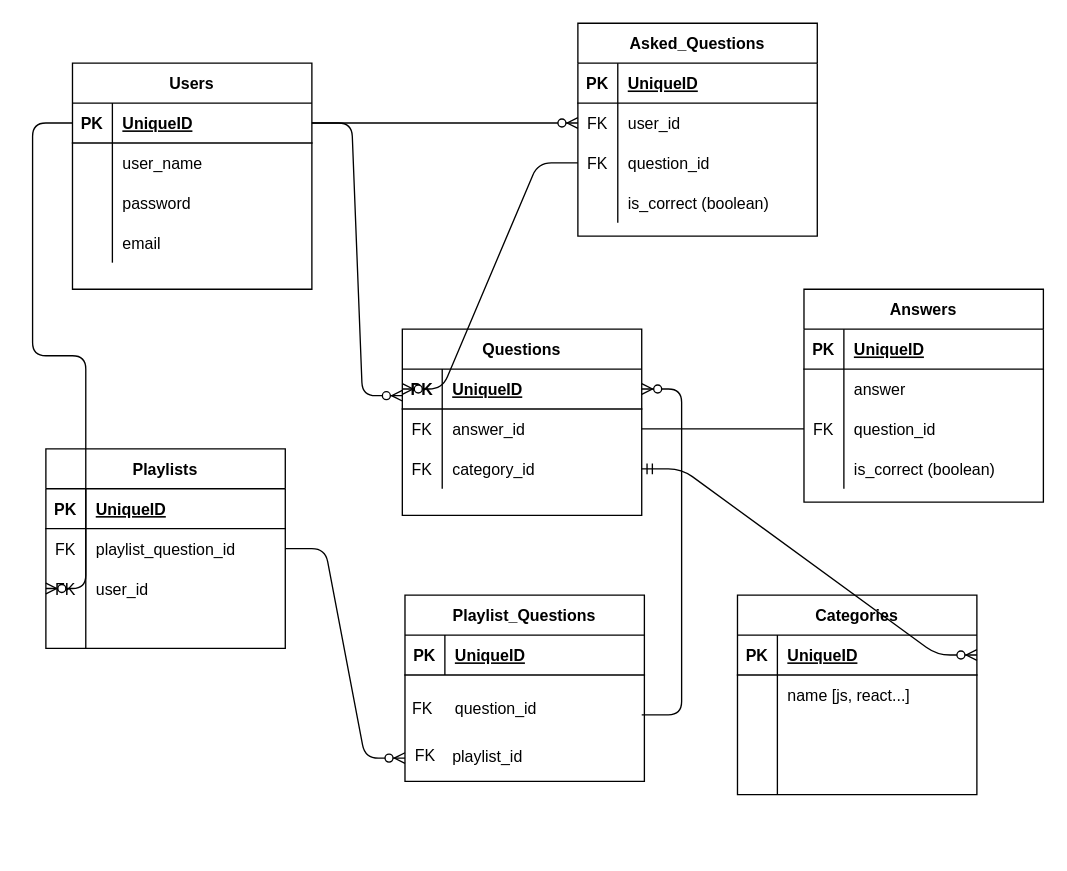
This is project_planning/Untitled Diagram.drawio from TomFream/LHL-Finals-Project, a draw.io file, before an edit. Source tidied: cells renumbered, new cells numbered last; positions are measured from the earlier drawing's top-left corner, leaving out a move shared by most shapes. Both pictures are drawn from the tidied source at 133%, with x=0, y=0 at pixel (45, 23).
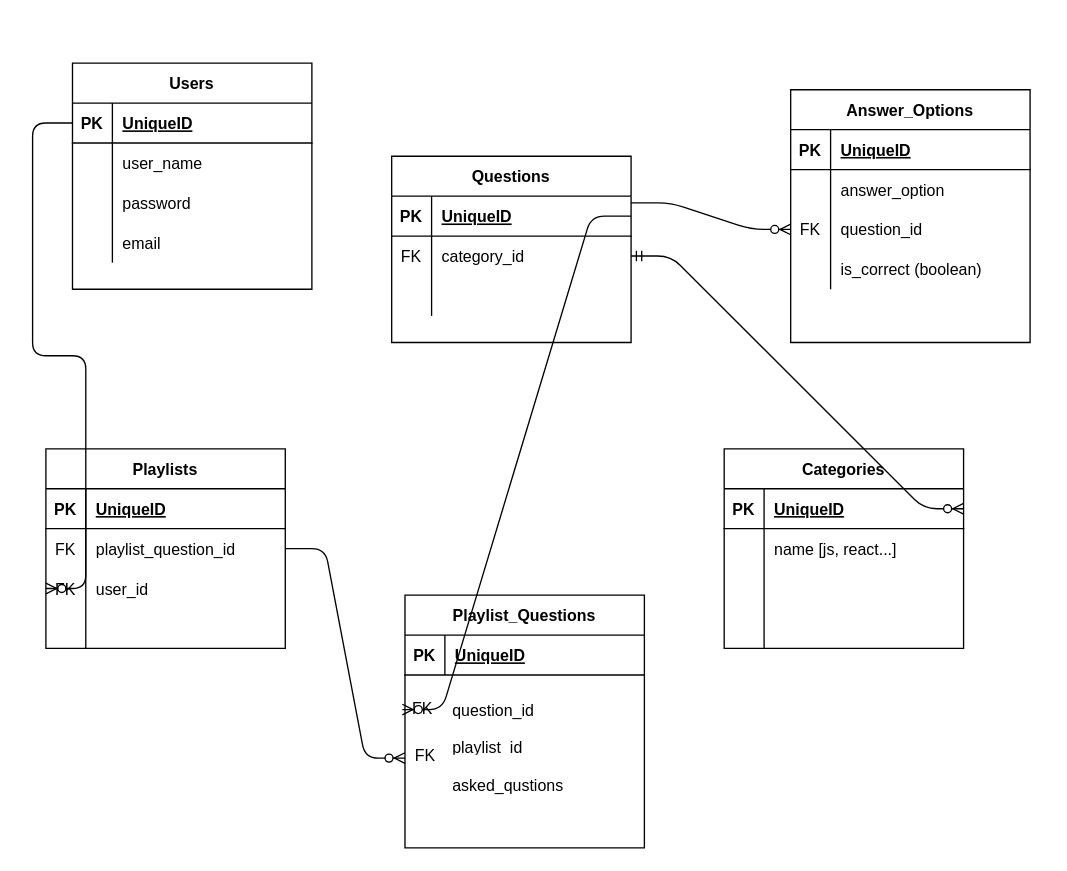
After the change.

Commit message:
updated ERD per meeting on Jun 6

The change refers to these unchanged cells:
```xml
<mxCell id="3" style="shape=partialRectangle;fillColor=none;top=0;left=0;bottom=1;right=0;points=[[0,0.5],[1,0.5]];portConstraint=eastwest;" parent="2" vertex="1">
  <mxGeometry y="30" width="180" height="30" as="geometry" />
</mxCell>
<mxCell id="16" style="shape=partialRectangle;fillColor=none;top=0;left=0;bottom=1;right=0;points=[[0,0.5],[1,0.5]];portConstraint=eastwest;" parent="15" vertex="1">
  <mxGeometry y="30" width="180" height="30" as="geometry" />
</mxCell>
<mxCell id="19" style="shape=partialRectangle;fillColor=none;top=0;left=0;bottom=0;right=0;points=[[0,0.5],[1,0.5]];portConstraint=eastwest;" parent="15" vertex="1">
  <mxGeometry y="60" width="180" height="30" as="geometry" />
</mxCell>
<mxCell id="22" style="shape=partialRectangle;fillColor=none;top=0;left=0;bottom=0;right=0;points=[[0,0.5],[1,0.5]];portConstraint=eastwest;" parent="15" vertex="1">
  <mxGeometry y="90" width="180" height="30" as="geometry" />
</mxCell>
<mxCell id="40" style="shape=partialRectangle;fillColor=none;top=0;left=0;bottom=1;right=0;points=[[0,0.5],[1,0.5]];portConstraint=eastwest;" parent="39" vertex="1">
  <mxGeometry y="30" width="180" height="30" as="geometry" />
</mxCell>
<mxCell id="62" style="shape=partialRectangle;fillColor=none;top=0;left=0;bottom=0;right=0;" parent="58" vertex="1">
  <mxGeometry y="60" width="180" height="30" as="geometry" />
</mxCell>
<mxCell id="65" style="shape=partialRectangle;fillColor=none;top=0;left=0;bottom=0;right=0;points=[[0,0.5],[1,0.5]];portConstraint=eastwest;" parent="58" vertex="1">
  <mxGeometry y="90" width="180" height="30" as="geometry" />
</mxCell>
<mxCell id="87" value="FK" style="text;html=1;align=center;verticalAlign=middle;points=[];" parent="1" vertex="1">
  <mxGeometry x="268" y="506" width="30" height="20" as="geometry" />
</mxCell>
```

The edit, as a diff of the source:
```diff
@@
     <mxCell id="15" value="Questions" style="shape=table;startSize=30;childLayout=tableLayout;rowLines=0;fontStyle=1;align=center;" parent="1" vertex="1">
-      <mxGeometry x="268" y="230" width="180" height="140" as="geometry" />
+      <mxGeometry x="260" y="100" width="180" height="140" as="geometry" />
     </mxCell>
@@
-    <mxCell id="21" value="answer_id" style="shape=partialRectangle;fillColor=none;top=0;left=0;bottom=0;right=0;align=left;spacingLeft=6;overflow=hidden;" parent="19" vertex="1">
+    <mxCell id="21" value="category_id" style="shape=partialRectangle;fillColor=none;top=0;left=0;bottom=0;right=0;align=left;spacingLeft=6;overflow=hidden;" parent="19" vertex="1">
       <mxGeometry x="30" width="150" height="30" as="geometry" />
     </mxCell>
@@
-    <mxCell id="23" value="FK" style="shape=partialRectangle;fillColor=none;top=0;left=0;bottom=0;right=0;overflow=hidden;" parent="22" vertex="1">
+    <mxCell id="23" style="shape=partialRectangle;fillColor=none;top=0;left=0;bottom=0;right=0;overflow=hidden;" parent="22" vertex="1">
       <mxGeometry width="30" height="30" as="geometry" />
     </mxCell>
-    <mxCell id="24" value="category_id" style="shape=partialRectangle;fillColor=none;top=0;left=0;bottom=0;right=0;align=left;spacingLeft=6;overflow=hidden;" parent="22" vertex="1">
+    <mxCell id="24" style="shape=partialRectangle;fillColor=none;top=0;left=0;bottom=0;right=0;align=left;spacingLeft=6;overflow=hidden;" parent="22" vertex="1">
       <mxGeometry x="30" width="150" height="30" as="geometry" />
     </mxCell>
@@
     <mxCell id="39" value="Categories" style="shape=table;startSize=30;childLayout=tableLayout;rowLines=0;fontStyle=1;align=center;" parent="1" vertex="1">
-      <mxGeometry x="520" y="430" width="180" height="150" as="geometry" />
+      <mxGeometry x="510" y="320" width="180" height="150" as="geometry" />
     </mxCell>
@@
-    <mxCell id="52" style="edgeStyle=entityRelationEdgeStyle;fontSize=12;html=1;endArrow=ERzeroToMany;endFill=1;exitX=1;exitY=0.5;exitDx=0;exitDy=0;entryX=0;entryY=0.667;entryDx=0;entryDy=0;entryPerimeter=0;" parent="1" edge="1" source="3" target="16">
-      <mxGeometry relative="1" as="geometry" />
-    </mxCell>
-    <mxCell id="53" style="edgeStyle=entityRelationEdgeStyle;fontSize=12;html=1;endArrow=ERzeroToMany;startArrow=ERmandOne;entryX=1;entryY=0.5;entryDx=0;entryDy=0;exitX=1;exitY=0.5;exitDx=0;exitDy=0;" parent="1" edge="1" source="22" target="40">
+    <mxCell id="53" style="edgeStyle=entityRelationEdgeStyle;fontSize=12;html=1;endArrow=ERzeroToMany;startArrow=ERmandOne;entryX=1;entryY=0.5;entryDx=0;entryDy=0;exitX=1;exitY=0.5;exitDx=0;exitDy=0;" parent="1" edge="1" source="19" target="40">
       <mxGeometry relative="1" as="geometry" />
     </mxCell>
     <mxCell id="54" value="Playlist_Questions" style="shape=table;startSize=30;childLayout=tableLayout;rowLines=0;fontStyle=1;align=center;" parent="1" vertex="1">
-      <mxGeometry x="270" y="430" width="180" height="140" as="geometry" />
+      <mxGeometry x="270" y="430" width="180" height="190" as="geometry" />
     </mxCell>
@@
-    <mxCell id="58" value="Answers" style="shape=table;startSize=30;childLayout=tableLayout;rowLines=0;fontStyle=1;align=center;" parent="1" vertex="1">
-      <mxGeometry x="570" y="200" width="180" height="160" as="geometry" />
+    <mxCell id="58" value="Answer_Options" style="shape=table;startSize=30;childLayout=tableLayout;rowLines=0;fontStyle=1;align=center;" parent="1" vertex="1">
+      <mxGeometry x="560" y="50" width="180" height="190" as="geometry" />
     </mxCell>
@@
-    <mxCell id="64" value="answer" style="shape=partialRectangle;fillColor=none;top=0;left=0;bottom=0;right=0;align=left;spacingLeft=6;overflow=hidden;" parent="62" vertex="1">
+    <mxCell id="64" value="answer_option" style="shape=partialRectangle;fillColor=none;top=0;left=0;bottom=0;right=0;align=left;spacingLeft=6;overflow=hidden;" parent="62" vertex="1">
       <mxGeometry x="30" width="150" height="30" as="geometry" />
     </mxCell>
@@
-    <mxCell id="71" value="Asked_Questions" style="shape=table;startSize=30;childLayout=tableLayout;rowLines=0;fontStyle=1;align=center;" parent="1" vertex="1">
-      <mxGeometry x="400" width="180" height="160" as="geometry" />
-    </mxCell>
-    <mxCell id="72" style="shape=partialRectangle;fillColor=none;top=0;left=0;bottom=1;right=0;" parent="71" vertex="1">
-      <mxGeometry y="30" width="180" height="30" as="geometry" />
-    </mxCell>
-    <mxCell id="73" value="PK" style="shape=partialRectangle;fillColor=none;top=0;left=0;bottom=0;right=0;fontStyle=1;overflow=hidden;" parent="72" vertex="1">
-      <mxGeometry width="30" height="30" as="geometry" />
-    </mxCell>
-    <mxCell id="74" value="UniqueID" style="shape=partialRectangle;fillColor=none;top=0;left=0;bottom=0;right=0;align=left;spacingLeft=6;fontStyle=5;overflow=hidden;" parent="72" vertex="1">
-      <mxGeometry x="30" width="150" height="30" as="geometry" />
-    </mxCell>
-    <mxCell id="75" style="shape=partialRectangle;fillColor=none;top=0;left=0;bottom=0;right=0;points=[[0,0.5],[1,0.5]];portConstraint=eastwest;" parent="71" vertex="1">
-      <mxGeometry y="60" width="180" height="30" as="geometry" />
-    </mxCell>
-    <mxCell id="76" value="FK" style="shape=partialRectangle;fillColor=none;top=0;left=0;bottom=0;right=0;overflow=hidden;" parent="75" vertex="1">
-      <mxGeometry width="30" height="30" as="geometry" />
-    </mxCell>
-    <mxCell id="77" value="user_id" style="shape=partialRectangle;fillColor=none;top=0;left=0;bottom=0;right=0;align=left;spacingLeft=6;overflow=hidden;" parent="75" vertex="1">
-      <mxGeometry x="30" width="150" height="30" as="geometry" />
-    </mxCell>
-    <mxCell id="78" style="shape=partialRectangle;fillColor=none;top=0;left=0;bottom=0;right=0;points=[[0,0.5],[1,0.5]];portConstraint=eastwest;" parent="71" vertex="1">
-      <mxGeometry y="90" width="180" height="30" as="geometry" />
-    </mxCell>
-    <mxCell id="79" value="FK" style="shape=partialRectangle;fillColor=none;top=0;left=0;bottom=0;right=0;overflow=hidden;" parent="78" vertex="1">
-      <mxGeometry width="30" height="30" as="geometry" />
-    </mxCell>
-    <mxCell id="80" value="question_id" style="shape=partialRectangle;fillColor=none;top=0;left=0;bottom=0;right=0;align=left;spacingLeft=6;overflow=hidden;" parent="78" vertex="1">
-      <mxGeometry x="30" width="150" height="30" as="geometry" />
-    </mxCell>
-    <mxCell id="81" style="shape=partialRectangle;fillColor=none;top=0;left=0;bottom=0;right=0;" parent="71" vertex="1">
-      <mxGeometry y="120" width="180" height="30" as="geometry" />
-    </mxCell>
-    <mxCell id="82" style="shape=partialRectangle;fillColor=none;top=0;left=0;bottom=0;right=0;overflow=hidden;" parent="81" vertex="1">
-      <mxGeometry width="30" height="30" as="geometry" />
-    </mxCell>
-    <mxCell id="83" value="is_correct (boolean)" style="shape=partialRectangle;fillColor=none;top=0;left=0;bottom=0;right=0;align=left;spacingLeft=6;overflow=hidden;" parent="81" vertex="1">
-      <mxGeometry x="30" width="150" height="30" as="geometry" />
-    </mxCell>
@@
     <mxCell id="85" value="question_id" style="shape=partialRectangle;fillColor=none;top=0;left=0;bottom=0;right=0;align=left;spacingLeft=6;overflow=hidden;" parent="1" vertex="1">
-      <mxGeometry x="300" y="500" width="150" height="30" as="geometry" />
+      <mxGeometry x="298" y="501" width="150" height="30" as="geometry" />
     </mxCell>
     <mxCell id="86" value="playlist_id" style="shape=partialRectangle;fillColor=none;top=0;left=0;bottom=0;right=0;align=left;spacingLeft=6;overflow=hidden;" parent="1" vertex="1">
-      <mxGeometry x="298" y="536" width="150" height="30" as="geometry" />
+      <mxGeometry x="298" y="536" width="150" height="14" as="geometry" />
     </mxCell>
@@
-    <mxCell id="89" style="edgeStyle=entityRelationEdgeStyle;fontSize=12;html=1;endArrow=ERzeroToMany;endFill=1;entryX=0;entryY=0.5;entryDx=0;entryDy=0;exitX=1;exitY=0.5;exitDx=0;exitDy=0;" parent="1" edge="1" source="3" target="75">
-      <mxGeometry relative="1" as="geometry" />
-    </mxCell>
-    <mxCell id="90" style="edgeStyle=entityRelationEdgeStyle;fontSize=12;html=1;endArrow=ERzeroToMany;endFill=1;exitX=0;exitY=0.5;exitDx=0;exitDy=0;entryX=0;entryY=0.5;entryDx=0;entryDy=0;" parent="1" edge="1" source="78" target="16">
-      <mxGeometry relative="1" as="geometry" />
-    </mxCell>
-    <mxCell id="91" style="endArrow=none;html=1;exitX=0;exitY=0.5;exitDx=0;exitDy=0;entryX=1;entryY=0.5;entryDx=0;entryDy=0;" parent="1" edge="1" source="65" target="19">
-      <mxGeometry relative="1" as="geometry" />
-    </mxCell>
@@
-    <mxCell id="93" style="edgeStyle=entityRelationEdgeStyle;fontSize=12;html=1;endArrow=ERzeroToMany;endFill=1;" parent="1" edge="1" target="16">
-      <mxGeometry relative="1" as="geometry">
-        <mxPoint x="448" y="520" as="sourcePoint" />
-      </mxGeometry>
-    </mxCell>
+    <mxCell id="94" value="asked_qustions" style="shape=partialRectangle;fillColor=none;top=0;left=0;bottom=0;right=0;align=left;spacingLeft=6;overflow=hidden;" parent="1" vertex="1">
+      <mxGeometry x="298" y="561" width="150" height="24" as="geometry" />
+    </mxCell>
+    <mxCell id="95" style="edgeStyle=entityRelationEdgeStyle;fontSize=12;html=1;endArrow=ERzeroToMany;endFill=1;exitX=1;exitY=0.5;exitDx=0;exitDy=0;entryX=0;entryY=0.5;entryDx=0;entryDy=0;entryPerimeter=0;" parent="1" edge="1" source="16" target="87">
+      <mxGeometry relative="1" as="geometry" />
+    </mxCell>
+    <mxCell id="96" style="edgeStyle=entityRelationEdgeStyle;fontSize=12;html=1;endArrow=ERzeroToMany;endFill=1;exitX=1;exitY=0.167;exitDx=0;exitDy=0;entryX=0;entryY=0.5;entryDx=0;entryDy=0;exitPerimeter=0;" parent="1" edge="1" source="16" target="65">
+      <mxGeometry relative="1" as="geometry" />
+    </mxCell>
```
